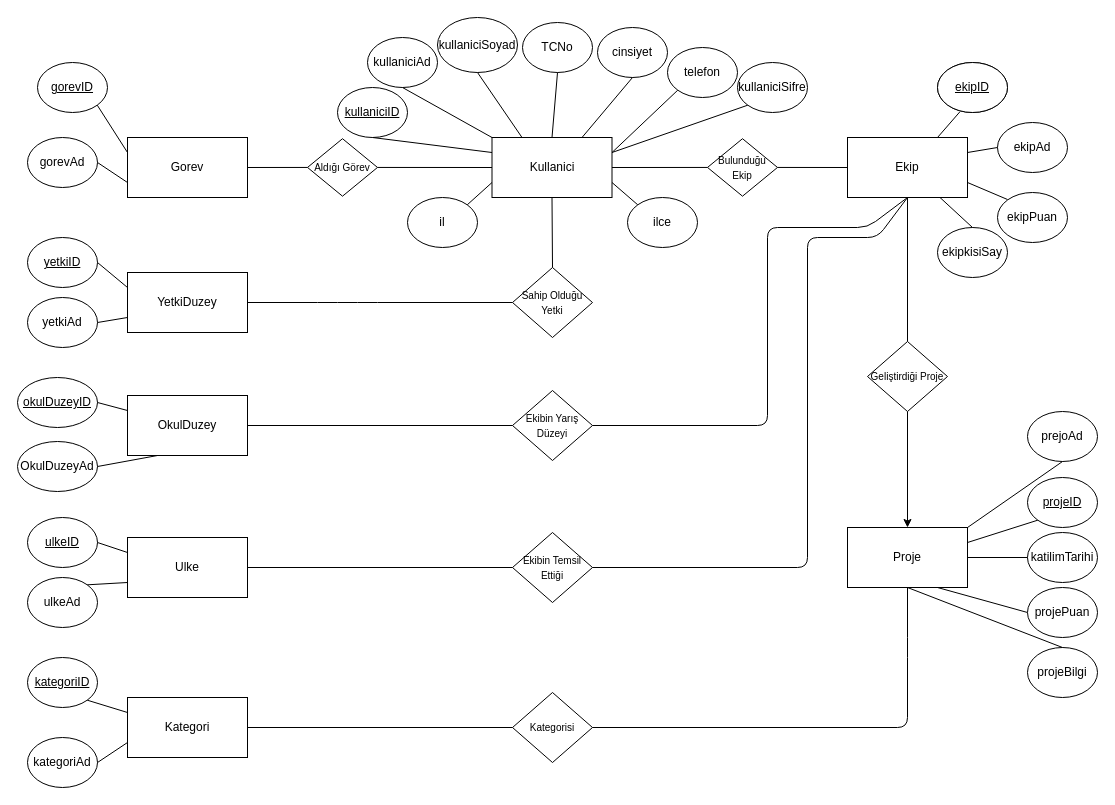
Before: Information And Documents/Technolife.drawio in KaganCanSit/TECHNOLIFE, a draw.io diagram. Source tidied: cells renumbered, new cells numbered last; positions are measured from the earlier drawing's top-left corner, leaving out a move shared by most shapes. Both pictures are drawn from the tidied source at 100%, with x=0, y=0 at pixel (17, 17).
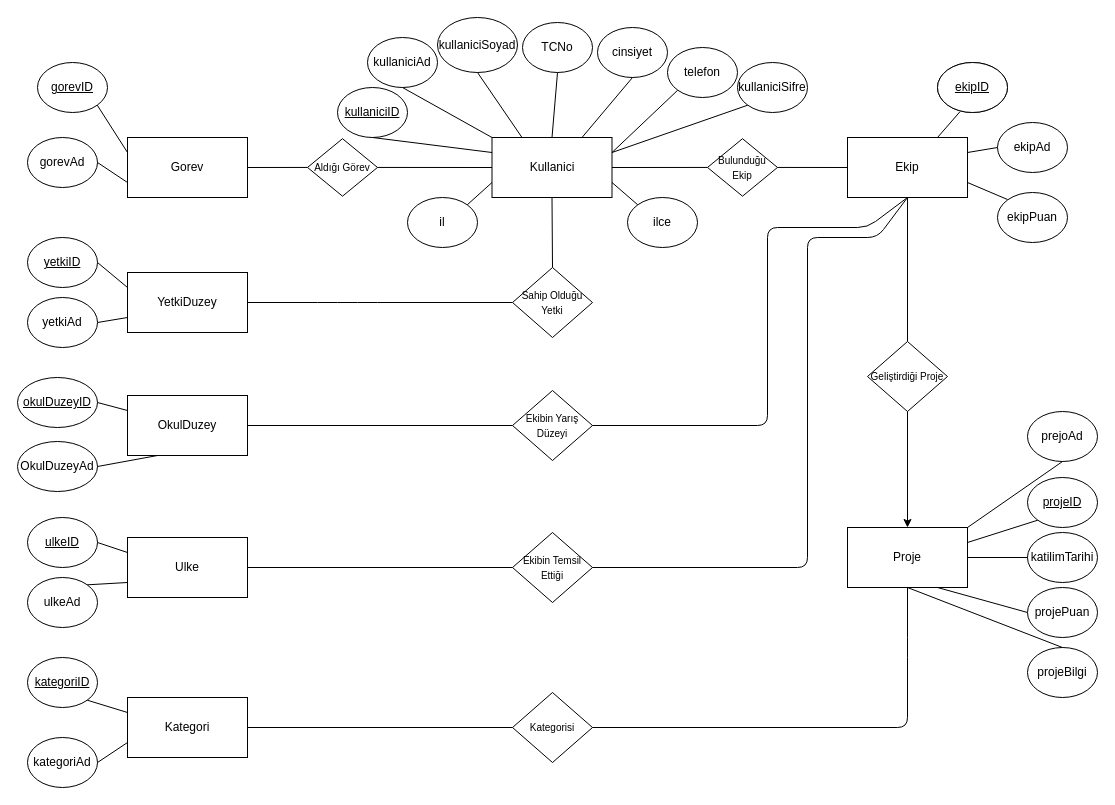
After the change.

Unchanged cells that the change refers to:
```xml
<mxCell id="3" value="Ekip" style="rounded=0;whiteSpace=wrap;html=1;" parent="1" vertex="1">
  <mxGeometry x="830" y="120" width="120" height="60" as="geometry" />
</mxCell>
```

Change to the diagram source:
```diff
@@
-    <mxCell id="18" value="ekipkisiSay" style="ellipse;whiteSpace=wrap;html=1;" parent="1" vertex="1">
-      <mxGeometry x="920" y="210" width="70" height="50" as="geometry" />
-    </mxCell>
@@
-    <mxCell id="57" style="endArrow=none;html=1;exitX=0.5;exitY=0;exitDx=0;exitDy=0;" parent="1" edge="1" source="18" target="3">
-      <mxGeometry relative="1" as="geometry" />
-    </mxCell>
```
